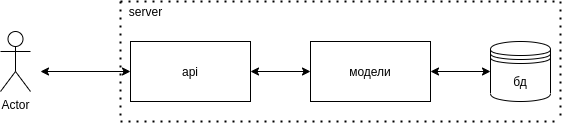
Above: arch.png in Vysogota99/advertising (draw.io), before the change. Source tidied: cells renumbered, new cells last; positions are measured from the earlier drawing's top-left corner, leaving out a move shared by most shapes.
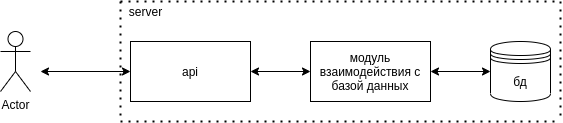
Later version of the same file.

The edit, as a diff of the source:
```diff
@@ -8,7 +8,7 @@
     <mxCell id="3" value="api" style="rounded=0;whiteSpace=wrap;html=1;" parent="1" vertex="1">
       <mxGeometry x="130" y="40" width="120" height="60" as="geometry" />
     </mxCell>
-    <mxCell id="4" value="модели" style="rounded=0;whiteSpace=wrap;html=1;" parent="1" vertex="1">
+    <mxCell id="4" value="модуль взаимодействия с базой данных" style="rounded=0;whiteSpace=wrap;html=1;" parent="1" vertex="1">
       <mxGeometry x="310" y="40" width="120" height="60" as="geometry" />
     </mxCell>
     <mxCell id="5" style="endArrow=classic;startArrow=classic;html=1;entryX=0;entryY=0.5;entryDx=0;entryDy=0;" parent="1" edge="1" target="3">
```
